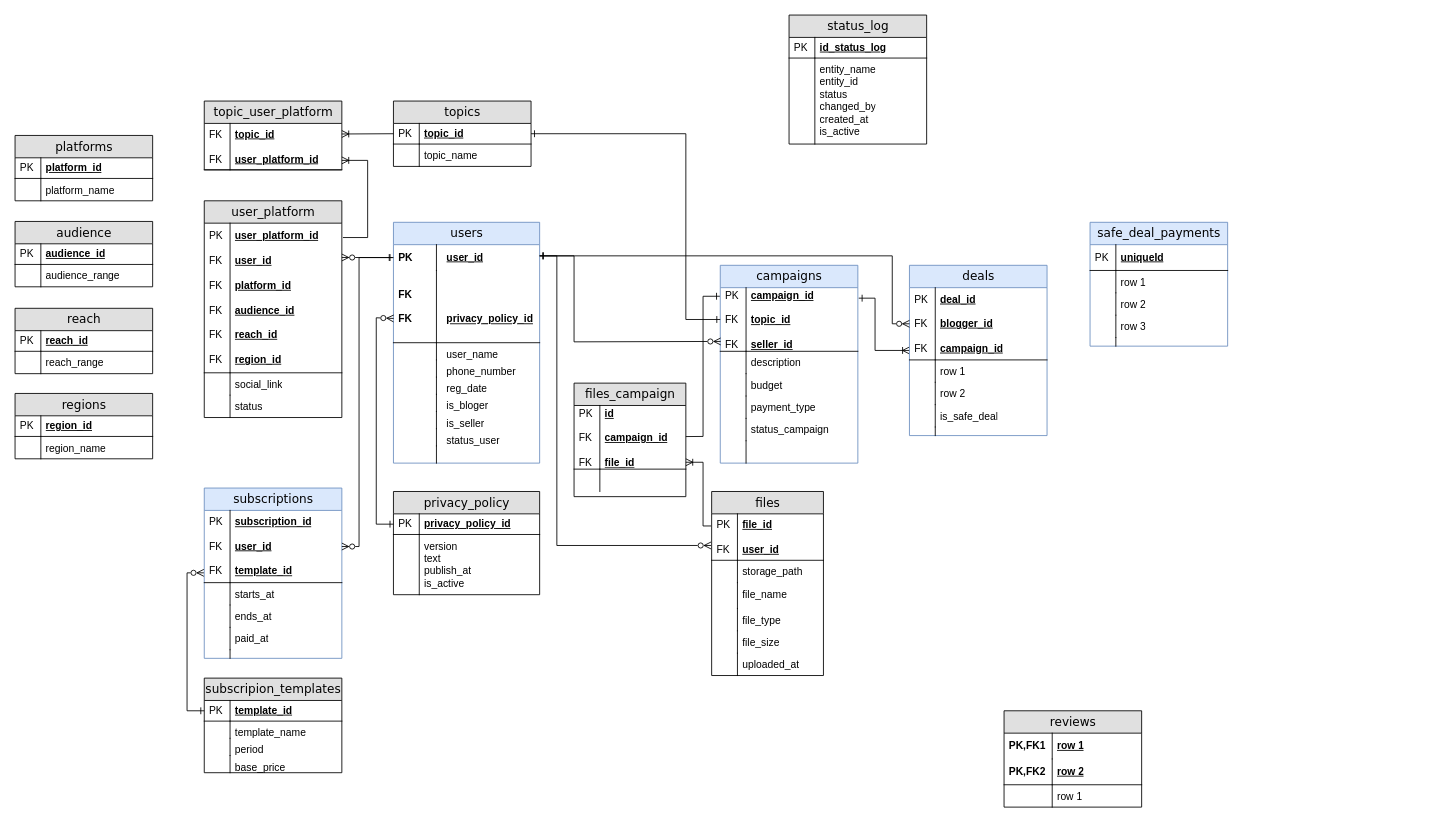
This is diagrams/erd.drawio.xml from NadezdaHope19/practice, a draw.io file, before an edit. Source tidied: cells renumbered, new cells numbered last; positions are measured from the earlier drawing's top-left corner, leaving out a move shared by most shapes. Both pictures are drawn from the tidied source at 86%, with x=0, y=0 at pixel (15, 15).
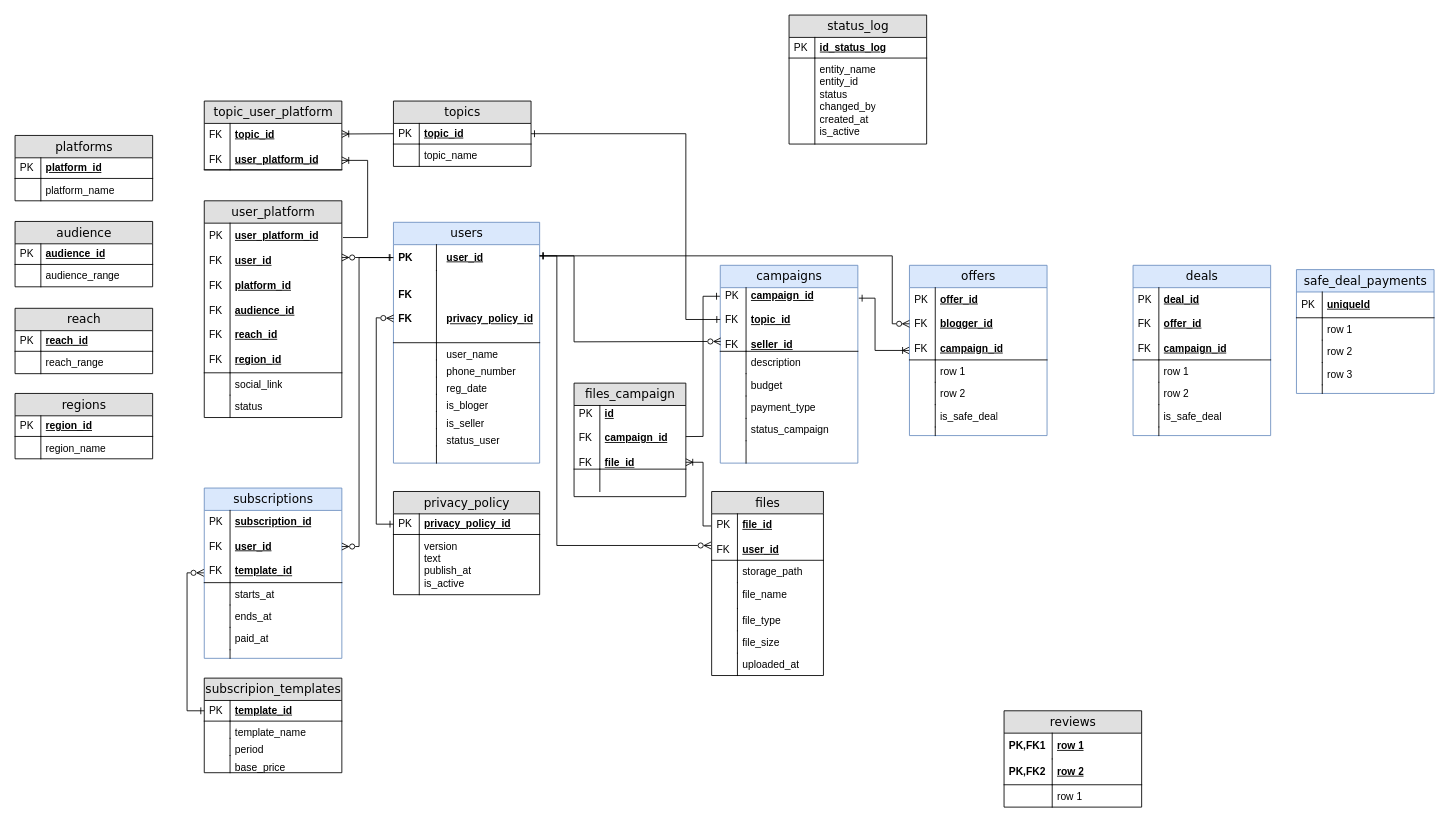
The same diagram, later.

Change to the diagram source:
```diff
@@
     <mxCell id="36" value="safe_deal_payments" style="swimlane;html=1;fontStyle=0;horizontal=1;startSize=26;fillColor=#dae8fc;swimlaneFillColor=#ffffff;align=center;rounded=0;shadow=0;comic=0;labelBackgroundColor=none;strokeWidth=1;fontFamily=Verdana;fontSize=14;strokeColor=#6c8ebf;" parent="1" vertex="1">
-      <mxGeometry x="1250" y="241" width="160" height="144" as="geometry" />
+      <mxGeometry x="1490" y="296" width="160" height="144" as="geometry" />
     </mxCell>
@@
-    <mxCell id="65" value="deals" style="swimlane;html=1;fontStyle=0;horizontal=1;startSize=26;fillColor=#dae8fc;swimlaneFillColor=#ffffff;align=center;rounded=0;shadow=0;comic=0;labelBackgroundColor=none;strokeWidth=1;fontFamily=Verdana;fontSize=14;strokeColor=#6c8ebf;" parent="1" vertex="1">
+    <mxCell id="65" value="offers" style="swimlane;html=1;fontStyle=0;horizontal=1;startSize=26;fillColor=#dae8fc;swimlaneFillColor=#ffffff;align=center;rounded=0;shadow=0;comic=0;labelBackgroundColor=none;strokeWidth=1;fontFamily=Verdana;fontSize=14;strokeColor=#6c8ebf;" parent="1" vertex="1">
       <mxGeometry x="1040" y="291" width="160" height="198" as="geometry" />
     </mxCell>
-    <mxCell id="66" value="deal_id&lt;div&gt;&lt;br&gt;&lt;/div&gt;&lt;div&gt;blogger_id&lt;br&gt;&lt;div&gt;&lt;br&gt;&lt;/div&gt;&lt;div&gt;campaign_id&lt;/div&gt;&lt;/div&gt;" style="shape=partialRectangle;top=0;left=0;right=0;bottom=1;html=1;align=left;verticalAlign=middle;fillColor=none;spacingLeft=34;spacingRight=4;whiteSpace=wrap;overflow=hidden;points=[[0,0.5],[1,0.5]];portConstraint=eastwest;fontStyle=5;" parent="65" vertex="1">
+    <mxCell id="66" value="offer_id&lt;div&gt;&lt;br&gt;&lt;/div&gt;&lt;div&gt;blogger_id&lt;br&gt;&lt;div&gt;&lt;br&gt;&lt;/div&gt;&lt;div&gt;campaign_id&lt;/div&gt;&lt;/div&gt;" style="shape=partialRectangle;top=0;left=0;right=0;bottom=1;html=1;align=left;verticalAlign=middle;fillColor=none;spacingLeft=34;spacingRight=4;whiteSpace=wrap;overflow=hidden;points=[[0,0.5],[1,0.5]];portConstraint=eastwest;fontStyle=5;" parent="65" vertex="1">
       <mxGeometry y="26" width="160" height="84" as="geometry" />
     </mxCell>
@@
+    <mxCell id="159" value="deals" style="swimlane;html=1;fontStyle=0;horizontal=1;startSize=26;fillColor=#dae8fc;swimlaneFillColor=#ffffff;align=center;rounded=0;shadow=0;comic=0;labelBackgroundColor=none;strokeWidth=1;fontFamily=Verdana;fontSize=14;strokeColor=#6c8ebf;" parent="1" vertex="1">
+      <mxGeometry x="1300" y="291" width="160" height="198" as="geometry" />
+    </mxCell>
+    <mxCell id="160" value="deal_id&lt;div&gt;&lt;br&gt;&lt;/div&gt;&lt;div&gt;offer_id&lt;br&gt;&lt;div&gt;&lt;br&gt;&lt;/div&gt;&lt;div&gt;campaign_id&lt;/div&gt;&lt;/div&gt;" style="shape=partialRectangle;top=0;left=0;right=0;bottom=1;html=1;align=left;verticalAlign=middle;fillColor=none;spacingLeft=34;spacingRight=4;whiteSpace=wrap;overflow=hidden;fontStyle=5;" parent="159" vertex="1">
+      <mxGeometry y="26" width="160" height="84" as="geometry" />
+    </mxCell>
+    <mxCell id="161" value="PK&lt;div&gt;&lt;br&gt;&lt;/div&gt;&lt;div&gt;FK&lt;/div&gt;&lt;div&gt;&lt;br&gt;&lt;/div&gt;&lt;div&gt;FK&lt;/div&gt;" style="shape=partialRectangle;top=0;left=0;bottom=0;html=1;fillColor=none;align=left;verticalAlign=middle;spacingLeft=4;spacingRight=4;whiteSpace=wrap;overflow=hidden;" parent="160" vertex="1">
+      <mxGeometry width="30" height="84" as="geometry" />
+    </mxCell>
+    <mxCell id="162" value="row 1" style="shape=partialRectangle;top=0;left=0;right=0;bottom=0;html=1;align=left;verticalAlign=top;fillColor=none;spacingLeft=34;spacingRight=4;whiteSpace=wrap;overflow=hidden;" parent="159" vertex="1">
+      <mxGeometry y="110" width="160" height="26" as="geometry" />
+    </mxCell>
+    <mxCell id="163" style="shape=partialRectangle;top=0;left=0;bottom=0;html=1;fillColor=none;align=left;verticalAlign=top;spacingLeft=4;spacingRight=4;whiteSpace=wrap;overflow=hidden;" parent="162" vertex="1">
+      <mxGeometry width="30" height="26" as="geometry" />
+    </mxCell>
+    <mxCell id="164" value="row 2" style="shape=partialRectangle;top=0;left=0;right=0;bottom=0;html=1;align=left;verticalAlign=top;fillColor=none;spacingLeft=34;spacingRight=4;whiteSpace=wrap;overflow=hidden;" parent="159" vertex="1">
+      <mxGeometry y="136" width="160" height="26" as="geometry" />
+    </mxCell>
+    <mxCell id="165" style="shape=partialRectangle;top=0;left=0;bottom=0;html=1;fillColor=none;align=left;verticalAlign=top;spacingLeft=4;spacingRight=4;whiteSpace=wrap;overflow=hidden;" parent="164" vertex="1">
+      <mxGeometry width="30" height="26" as="geometry" />
+    </mxCell>
+    <mxCell id="166" value="is_safe_deal" style="shape=partialRectangle;top=0;left=0;right=0;bottom=0;html=1;align=left;verticalAlign=top;fillColor=none;spacingLeft=34;spacingRight=4;whiteSpace=wrap;overflow=hidden;" parent="159" vertex="1">
+      <mxGeometry y="162" width="160" height="26" as="geometry" />
+    </mxCell>
+    <mxCell id="167" style="shape=partialRectangle;top=0;left=0;bottom=0;html=1;fillColor=none;align=left;verticalAlign=top;spacingLeft=4;spacingRight=4;whiteSpace=wrap;overflow=hidden;" parent="166" vertex="1">
+      <mxGeometry width="30" height="26" as="geometry" />
+    </mxCell>
+    <mxCell id="168" style="shape=partialRectangle;top=0;left=0;right=0;bottom=0;html=1;align=left;verticalAlign=top;fillColor=none;spacingLeft=34;spacingRight=4;whiteSpace=wrap;overflow=hidden;" parent="159" vertex="1">
+      <mxGeometry y="188" width="160" height="10" as="geometry" />
+    </mxCell>
+    <mxCell id="169" style="shape=partialRectangle;top=0;left=0;bottom=0;html=1;fillColor=none;align=left;verticalAlign=top;spacingLeft=4;spacingRight=4;whiteSpace=wrap;overflow=hidden;" parent="168" vertex="1">
+      <mxGeometry width="30" height="10" as="geometry" />
+    </mxCell>
```
